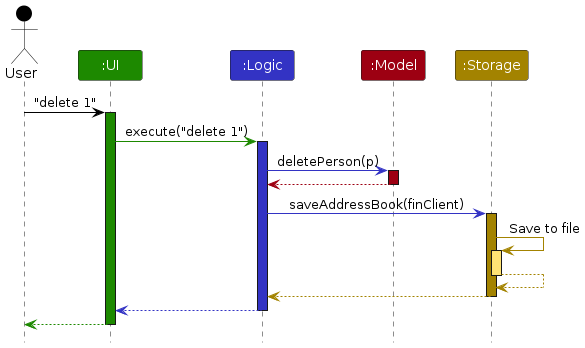
Before: diagrams/ArchitectureSequenceDiagram.png, a diagram exported from PlantUML (RickyHFR/tp). Its source is kept beside it as diagrams/ArchitectureSequenceDiagram.puml.
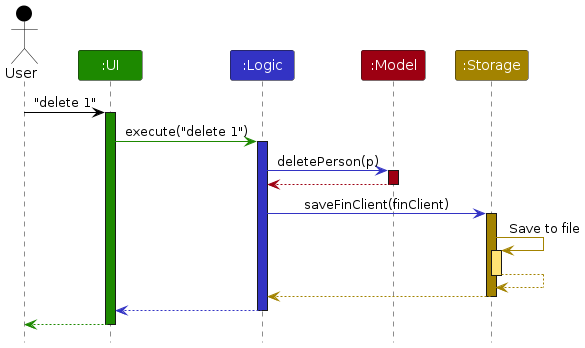
The same file after the commit.

What changed in the source:
```diff
@@ -20,7 +20,7 @@
 model -[MODEL_COLOR]-> logic
 deactivate model
 
-logic -[LOGIC_COLOR]> storage : saveAddressBook(finClient)
+logic -[LOGIC_COLOR]> storage : saveFinClient(finClient)
 activate storage STORAGE_COLOR
 
 storage -[STORAGE_COLOR]> storage : Save to file
```
